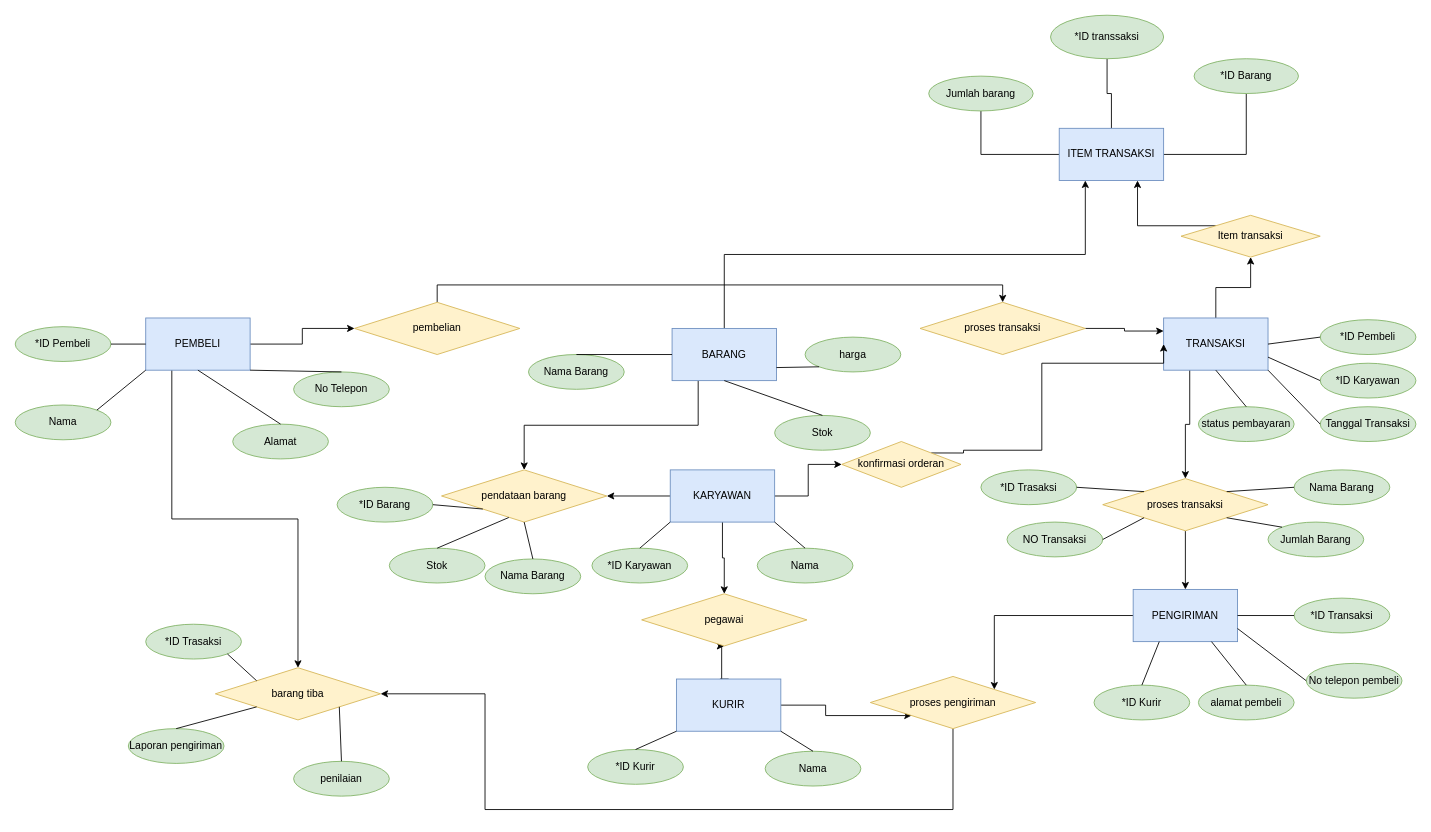
This is Pertemuan2/Untitled Diagram.drawio from NormalikaShandi/IF214002, a draw.io file, before an edit. Source tidied: cells renumbered, new cells numbered last; positions are measured from the earlier drawing's top-left corner, leaving out a move shared by most shapes. Both pictures are drawn from the tidied source at 87%, with x=0, y=0 at pixel (15, 15).
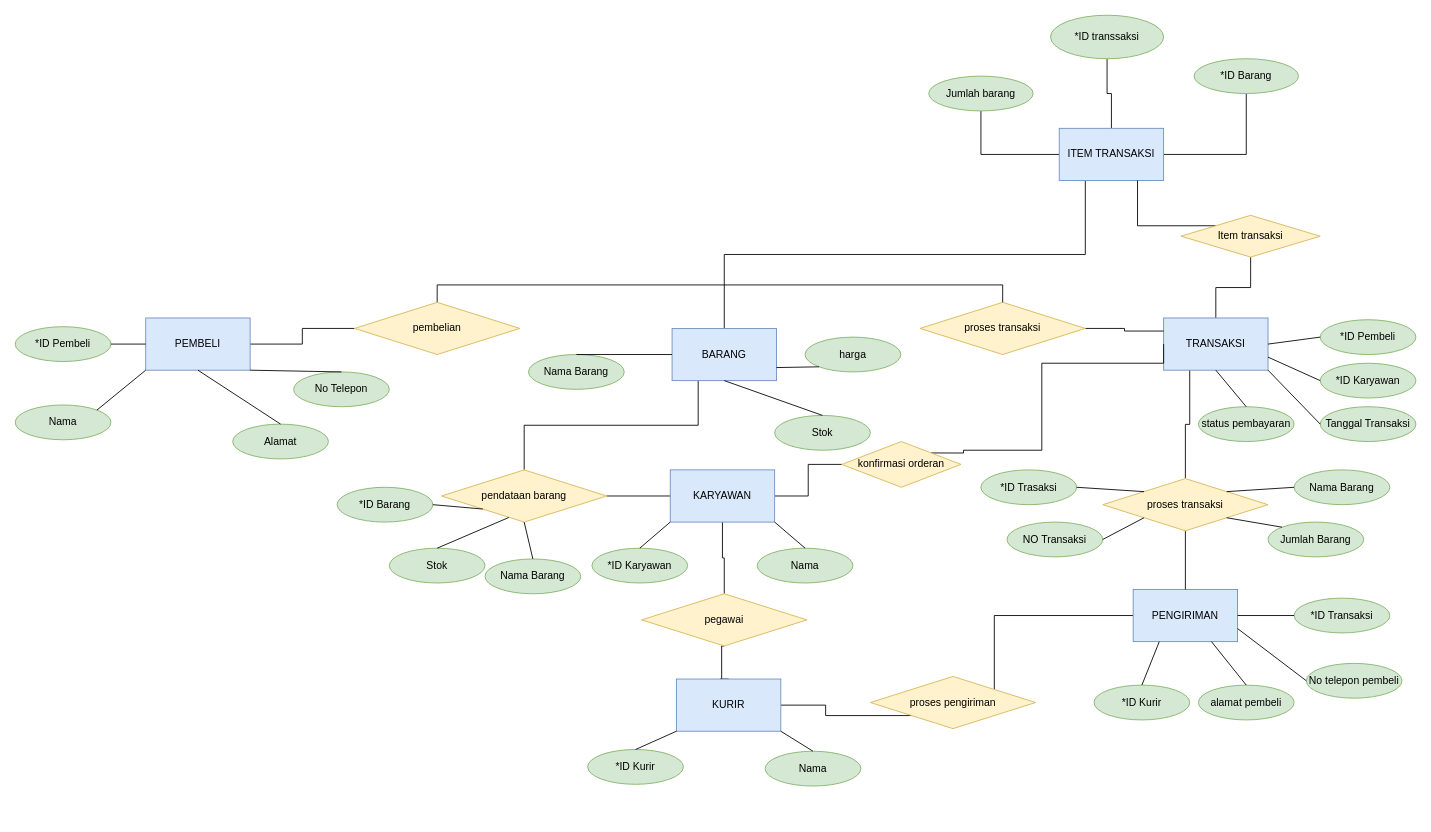
The same page after the edit.

Unchanged cells that the change refers to:
```xml
<mxCell id="4" value="BARANG" style="rounded=0;whiteSpace=wrap;html=1;fillColor=#dae8fc;strokeColor=#6c8ebf;" parent="1" vertex="1">
  <mxGeometry x="755" y="360" width="120" height="60" as="geometry" />
</mxCell>
<mxCell id="7" value="PEMBELI" style="rounded=0;whiteSpace=wrap;html=1;fillColor=#dae8fc;strokeColor=#6c8ebf;" parent="1" vertex="1">
  <mxGeometry x="150" y="348" width="120" height="60" as="geometry" />
</mxCell>
<mxCell id="11" value="KARYAWAN" style="rounded=0;whiteSpace=wrap;html=1;fillColor=#dae8fc;strokeColor=#6c8ebf;" parent="1" vertex="1">
  <mxGeometry x="752.9" y="522.6" width="120" height="60" as="geometry" />
</mxCell>
<mxCell id="13" value="PENGIRIMAN" style="rounded=0;whiteSpace=wrap;html=1;fillColor=#dae8fc;strokeColor=#6c8ebf;" parent="1" vertex="1">
  <mxGeometry x="1285" y="660" width="120" height="60" as="geometry" />
</mxCell>
<mxCell id="16" value="TRANSAKSI" style="rounded=0;whiteSpace=wrap;html=1;fillColor=#dae8fc;strokeColor=#6c8ebf;" parent="1" vertex="1">
  <mxGeometry x="1320" y="348" width="120" height="60" as="geometry" />
</mxCell>
<mxCell id="39" value="KURIR" style="rounded=0;whiteSpace=wrap;html=1;fillColor=#dae8fc;strokeColor=#6c8ebf;" parent="1" vertex="1">
  <mxGeometry x="760" y="763" width="120" height="60" as="geometry" />
</mxCell>
<mxCell id="42" value="pendataan barang" style="rhombus;whiteSpace=wrap;html=1;fillColor=#fff2cc;strokeColor=#d6b656;" parent="1" vertex="1">
  <mxGeometry x="490" y="522.6" width="190" height="60" as="geometry" />
</mxCell>
<mxCell id="43" value="pegawai" style="rhombus;whiteSpace=wrap;html=1;fillColor=#fff2cc;strokeColor=#d6b656;" parent="1" vertex="1">
  <mxGeometry x="720" y="665" width="190" height="60" as="geometry" />
</mxCell>
<mxCell id="45" value="proses transaksi" style="rhombus;whiteSpace=wrap;html=1;fillColor=#fff2cc;strokeColor=#d6b656;" parent="1" vertex="1">
  <mxGeometry x="1040" y="330" width="190" height="60" as="geometry" />
</mxCell>
<mxCell id="70" value="pembelian" style="rhombus;whiteSpace=wrap;html=1;fillColor=#fff2cc;strokeColor=#d6b656;" parent="1" vertex="1">
  <mxGeometry x="390" y="330" width="190" height="60" as="geometry" />
</mxCell>
<mxCell id="72" value="proses transaksi" style="rhombus;whiteSpace=wrap;html=1;fillColor=#fff2cc;strokeColor=#d6b656;" parent="1" vertex="1">
  <mxGeometry x="1250" y="532.6" width="190" height="60" as="geometry" />
</mxCell>
<mxCell id="82" value="proses pengiriman" style="rhombus;whiteSpace=wrap;html=1;fillColor=#fff2cc;strokeColor=#d6b656;" parent="1" vertex="1">
  <mxGeometry x="982.9" y="760" width="190" height="60" as="geometry" />
</mxCell>
<mxCell id="91" value="konfirmasi orderan" style="rhombus;whiteSpace=wrap;html=1;fillColor=#fff2cc;strokeColor=#d6b656;rounded=0;" parent="1" vertex="1">
  <mxGeometry x="950" y="490" width="137.1" height="52.6" as="geometry" />
</mxCell>
<mxCell id="95" value="ITEM TRANSAKSI" style="rounded=0;whiteSpace=wrap;html=1;fillColor=#dae8fc;strokeColor=#6c8ebf;" parent="1" vertex="1">
  <mxGeometry x="1200" y="130" width="120" height="60" as="geometry" />
</mxCell>
<mxCell id="97" value="Item transaksi" style="rhombus;whiteSpace=wrap;html=1;fillColor=#fff2cc;strokeColor=#d6b656;rounded=0;" parent="1" vertex="1">
  <mxGeometry x="1340" y="230" width="160" height="48" as="geometry" />
</mxCell>
```

Diff of the diagram source:
```diff
@@
-    <mxCell id="2" style="edgeStyle=orthogonalEdgeStyle;rounded=0;jettySize=auto;html=1;exitX=0.25;exitY=1;exitDx=0;exitDy=0;" parent="1" edge="1" source="4" target="42">
+    <mxCell id="2" style="edgeStyle=orthogonalEdgeStyle;rounded=0;jettySize=auto;html=1;exitX=0.25;exitY=1;exitDx=0;exitDy=0;endArrow=none;endFill=0;" parent="1" edge="1" source="4" target="42">
       <mxGeometry relative="1" as="geometry" />
     </mxCell>
-    <mxCell id="3" style="edgeStyle=orthogonalEdgeStyle;rounded=0;jettySize=auto;html=1;exitX=0.5;exitY=0;exitDx=0;exitDy=0;entryX=0.25;entryY=1;entryDx=0;entryDy=0;endArrow=classic;endFill=1;startArrow=none;startFill=0;" parent="1" edge="1" source="4" target="95">
+    <mxCell id="3" style="edgeStyle=orthogonalEdgeStyle;rounded=0;jettySize=auto;html=1;exitX=0.5;exitY=0;exitDx=0;exitDy=0;entryX=0.25;entryY=1;entryDx=0;entryDy=0;endArrow=none;endFill=0;startArrow=none;startFill=0;" parent="1" edge="1" source="4" target="95">
       <mxGeometry relative="1" as="geometry" />
     </mxCell>
@@
-    <mxCell id="5" style="edgeStyle=orthogonalEdgeStyle;rounded=0;jettySize=auto;html=1;exitX=1;exitY=0.5;exitDx=0;exitDy=0;entryX=0;entryY=0.5;entryDx=0;entryDy=0;" parent="1" edge="1" source="7" target="70">
+    <mxCell id="5" style="edgeStyle=orthogonalEdgeStyle;rounded=0;jettySize=auto;html=1;exitX=1;exitY=0.5;exitDx=0;exitDy=0;entryX=0;entryY=0.5;entryDx=0;entryDy=0;endArrow=none;endFill=0;" parent="1" edge="1" source="7" target="70">
       <mxGeometry relative="1" as="geometry" />
     </mxCell>
-    <mxCell id="6" style="edgeStyle=orthogonalEdgeStyle;rounded=0;jettySize=auto;html=1;exitX=0.25;exitY=1;exitDx=0;exitDy=0;entryX=0.5;entryY=0;entryDx=0;entryDy=0;" parent="1" edge="1" source="7" target="83">
-      <mxGeometry relative="1" as="geometry" />
-    </mxCell>
@@
-    <mxCell id="8" style="edgeStyle=orthogonalEdgeStyle;rounded=0;jettySize=auto;html=1;exitX=0;exitY=0.5;exitDx=0;exitDy=0;entryX=1;entryY=0.5;entryDx=0;entryDy=0;" parent="1" edge="1" source="11" target="42">
+    <mxCell id="8" style="edgeStyle=orthogonalEdgeStyle;rounded=0;jettySize=auto;html=1;exitX=0;exitY=0.5;exitDx=0;exitDy=0;entryX=1;entryY=0.5;entryDx=0;entryDy=0;endArrow=none;endFill=0;" parent="1" edge="1" source="11" target="42">
       <mxGeometry relative="1" as="geometry" />
     </mxCell>
-    <mxCell id="9" style="edgeStyle=orthogonalEdgeStyle;rounded=0;jettySize=auto;html=1;exitX=0.5;exitY=1;exitDx=0;exitDy=0;entryX=0.5;entryY=0;entryDx=0;entryDy=0;" parent="1" edge="1" source="11" target="43">
+    <mxCell id="9" style="edgeStyle=orthogonalEdgeStyle;rounded=0;jettySize=auto;html=1;exitX=0.5;exitY=1;exitDx=0;exitDy=0;entryX=0.5;entryY=0;entryDx=0;entryDy=0;endArrow=none;endFill=0;" parent="1" edge="1" source="11" target="43">
       <mxGeometry relative="1" as="geometry" />
     </mxCell>
-    <mxCell id="10" style="edgeStyle=orthogonalEdgeStyle;rounded=0;jettySize=auto;html=1;" parent="1" edge="1" source="11" target="91">
+    <mxCell id="10" style="edgeStyle=orthogonalEdgeStyle;rounded=0;jettySize=auto;html=1;endArrow=none;endFill=0;" parent="1" edge="1" source="11" target="91">
       <mxGeometry relative="1" as="geometry" />
     </mxCell>
@@
-    <mxCell id="12" style="edgeStyle=orthogonalEdgeStyle;rounded=0;jettySize=auto;html=1;exitX=0;exitY=0.5;exitDx=0;exitDy=0;entryX=1;entryY=0;entryDx=0;entryDy=0;" parent="1" edge="1" source="13" target="82">
+    <mxCell id="12" style="edgeStyle=orthogonalEdgeStyle;rounded=0;jettySize=auto;html=1;exitX=0;exitY=0.5;exitDx=0;exitDy=0;entryX=1;entryY=0;entryDx=0;entryDy=0;endArrow=none;endFill=0;" parent="1" edge="1" source="13" target="82">
       <mxGeometry relative="1" as="geometry" />
     </mxCell>
@@
-    <mxCell id="14" style="edgeStyle=orthogonalEdgeStyle;rounded=0;jettySize=auto;html=1;exitX=0.25;exitY=1;exitDx=0;exitDy=0;entryX=0.5;entryY=0;entryDx=0;entryDy=0;" parent="1" edge="1" source="16" target="72">
+    <mxCell id="14" style="edgeStyle=orthogonalEdgeStyle;rounded=0;jettySize=auto;html=1;exitX=0.25;exitY=1;exitDx=0;exitDy=0;entryX=0.5;entryY=0;entryDx=0;entryDy=0;endArrow=none;endFill=0;" parent="1" edge="1" source="16" target="72">
       <mxGeometry relative="1" as="geometry" />
     </mxCell>
-    <mxCell id="15" style="edgeStyle=orthogonalEdgeStyle;rounded=0;jettySize=auto;html=1;" parent="1" edge="1" source="16" target="97">
+    <mxCell id="15" style="edgeStyle=orthogonalEdgeStyle;rounded=0;jettySize=auto;html=1;endArrow=none;endFill=0;" parent="1" edge="1" source="16" target="97">
       <mxGeometry relative="1" as="geometry" />
     </mxCell>
@@
-    <mxCell id="37" style="edgeStyle=orthogonalEdgeStyle;rounded=0;jettySize=auto;html=1;exitX=0.5;exitY=0;exitDx=0;exitDy=0;entryX=0.5;entryY=1;entryDx=0;entryDy=0;" parent="1" edge="1" source="39" target="43">
+    <mxCell id="37" style="edgeStyle=orthogonalEdgeStyle;rounded=0;jettySize=auto;html=1;exitX=0.5;exitY=0;exitDx=0;exitDy=0;entryX=0.5;entryY=1;entryDx=0;entryDy=0;endArrow=none;endFill=0;" parent="1" edge="1" source="39" target="43">
       <mxGeometry relative="1" as="geometry">
         <Array as="points">
           <mxPoint x="810" y="813" />
           <mxPoint x="812" y="813" />
           <mxPoint x="812" y="725" />
         </Array>
       </mxGeometry>
     </mxCell>
-    <mxCell id="38" style="edgeStyle=orthogonalEdgeStyle;rounded=0;jettySize=auto;html=1;exitX=1;exitY=0.5;exitDx=0;exitDy=0;entryX=0;entryY=1;entryDx=0;entryDy=0;" parent="1" edge="1" source="39" target="82">
+    <mxCell id="38" style="edgeStyle=orthogonalEdgeStyle;rounded=0;jettySize=auto;html=1;exitX=1;exitY=0.5;exitDx=0;exitDy=0;entryX=0;entryY=1;entryDx=0;entryDy=0;endArrow=none;endFill=0;" parent="1" edge="1" source="39" target="82">
       <mxGeometry relative="1" as="geometry" />
     </mxCell>
@@
-    <mxCell id="44" style="edgeStyle=orthogonalEdgeStyle;rounded=0;jettySize=auto;html=1;exitX=1;exitY=0.5;exitDx=0;exitDy=0;entryX=0;entryY=0.25;entryDx=0;entryDy=0;" parent="1" edge="1" source="45" target="16">
+    <mxCell id="44" style="edgeStyle=orthogonalEdgeStyle;rounded=0;jettySize=auto;html=1;exitX=1;exitY=0.5;exitDx=0;exitDy=0;entryX=0;entryY=0.25;entryDx=0;entryDy=0;endArrow=none;endFill=0;" parent="1" edge="1" source="45" target="16">
       <mxGeometry relative="1" as="geometry" />
     </mxCell>
@@
-    <mxCell id="69" style="edgeStyle=orthogonalEdgeStyle;rounded=0;jettySize=auto;html=1;exitX=0.5;exitY=0;exitDx=0;exitDy=0;entryX=0.5;entryY=0;entryDx=0;entryDy=0;" parent="1" edge="1" source="70" target="45">
+    <mxCell id="69" style="edgeStyle=orthogonalEdgeStyle;rounded=0;jettySize=auto;html=1;exitX=0.5;exitY=0;exitDx=0;exitDy=0;entryX=0.5;entryY=0;entryDx=0;entryDy=0;endArrow=none;endFill=0;" parent="1" edge="1" source="70" target="45">
       <mxGeometry relative="1" as="geometry" />
     </mxCell>
@@
-    <mxCell id="71" style="edgeStyle=orthogonalEdgeStyle;rounded=0;jettySize=auto;html=1;entryX=0.5;entryY=0;entryDx=0;entryDy=0;" parent="1" edge="1" source="72" target="13">
+    <mxCell id="71" style="edgeStyle=orthogonalEdgeStyle;rounded=0;jettySize=auto;html=1;entryX=0.5;entryY=0;entryDx=0;entryDy=0;endArrow=none;endFill=0;" parent="1" edge="1" source="72" target="13">
       <mxGeometry relative="1" as="geometry" />
     </mxCell>
@@
-    <mxCell id="81" style="edgeStyle=orthogonalEdgeStyle;rounded=0;jettySize=auto;html=1;exitX=0.5;exitY=1;exitDx=0;exitDy=0;entryX=1;entryY=0.5;entryDx=0;entryDy=0;" parent="1" edge="1" source="82" target="83">
-      <mxGeometry relative="1" as="geometry">
-        <Array as="points">
-          <mxPoint x="1078" y="913" />
-          <mxPoint x="540" y="913" />
-          <mxPoint x="540" y="780" />
-        </Array>
-      </mxGeometry>
-    </mxCell>
@@
-    <mxCell id="83" value="barang tiba" style="rhombus;whiteSpace=wrap;html=1;fillColor=#fff2cc;strokeColor=#d6b656;" parent="1" vertex="1">
-      <mxGeometry x="230" y="750" width="190" height="60" as="geometry" />
-    </mxCell>
-    <mxCell id="84" value="*ID Trasaksi" style="ellipse;whiteSpace=wrap;html=1;fillColor=#d5e8d4;strokeColor=#82b366;" parent="1" vertex="1">
-      <mxGeometry x="150" y="700" width="110" height="40" as="geometry" />
-    </mxCell>
-    <mxCell id="85" value="Laporan pengiriman" style="ellipse;whiteSpace=wrap;html=1;fillColor=#d5e8d4;strokeColor=#82b366;" parent="1" vertex="1">
-      <mxGeometry x="130" y="820" width="110" height="40" as="geometry" />
-    </mxCell>
-    <mxCell id="86" style="endArrow=none;html=1;rounded=0;exitX=1;exitY=1;exitDx=0;exitDy=0;entryX=0;entryY=0;entryDx=0;entryDy=0;" parent="1" edge="1" source="84" target="83">
-      <mxGeometry relative="1" as="geometry" />
-    </mxCell>
-    <mxCell id="87" style="endArrow=none;html=1;rounded=0;exitX=0.5;exitY=0;exitDx=0;exitDy=0;entryX=0;entryY=1;entryDx=0;entryDy=0;" parent="1" edge="1" source="85" target="83">
-      <mxGeometry relative="1" as="geometry" />
-    </mxCell>
-    <mxCell id="88" value="penilaian" style="ellipse;whiteSpace=wrap;html=1;fillColor=#d5e8d4;strokeColor=#82b366;" parent="1" vertex="1">
-      <mxGeometry x="320" y="857.6" width="110" height="40" as="geometry" />
-    </mxCell>
-    <mxCell id="89" style="endArrow=none;html=1;rounded=0;entryX=1;entryY=1;entryDx=0;entryDy=0;exitX=0.5;exitY=0;exitDx=0;exitDy=0;" parent="1" edge="1" source="88" target="83">
-      <mxGeometry relative="1" as="geometry" />
-    </mxCell>
-    <mxCell id="90" style="edgeStyle=orthogonalEdgeStyle;rounded=0;jettySize=auto;html=1;exitX=1;exitY=0;exitDx=0;exitDy=0;entryX=0;entryY=0.5;entryDx=0;entryDy=0;" parent="1" edge="1" source="91" target="16">
+    <mxCell id="90" style="edgeStyle=orthogonalEdgeStyle;rounded=0;jettySize=auto;html=1;exitX=1;exitY=0;exitDx=0;exitDy=0;entryX=0;entryY=0.5;entryDx=0;entryDy=0;endArrow=none;endFill=0;" parent="1" edge="1" source="91" target="16">
       <mxGeometry relative="1" as="geometry">
         <Array as="points">
           <mxPoint x="1090" y="503" />
           <mxPoint x="1090" y="500" />
           <mxPoint x="1180" y="500" />
           <mxPoint x="1180" y="400" />
           <mxPoint x="1320" y="400" />
         </Array>
       </mxGeometry>
     </mxCell>
@@
-    <mxCell id="96" style="edgeStyle=orthogonalEdgeStyle;rounded=0;jettySize=auto;html=1;exitX=0;exitY=0;exitDx=0;exitDy=0;entryX=0.75;entryY=1;entryDx=0;entryDy=0;" parent="1" edge="1" source="97" target="95">
+    <mxCell id="96" style="edgeStyle=orthogonalEdgeStyle;rounded=0;jettySize=auto;html=1;exitX=0;exitY=0;exitDx=0;exitDy=0;entryX=0.75;entryY=1;entryDx=0;entryDy=0;endArrow=none;endFill=0;" parent="1" edge="1" source="97" target="95">
       <mxGeometry relative="1" as="geometry" />
     </mxCell>
```
